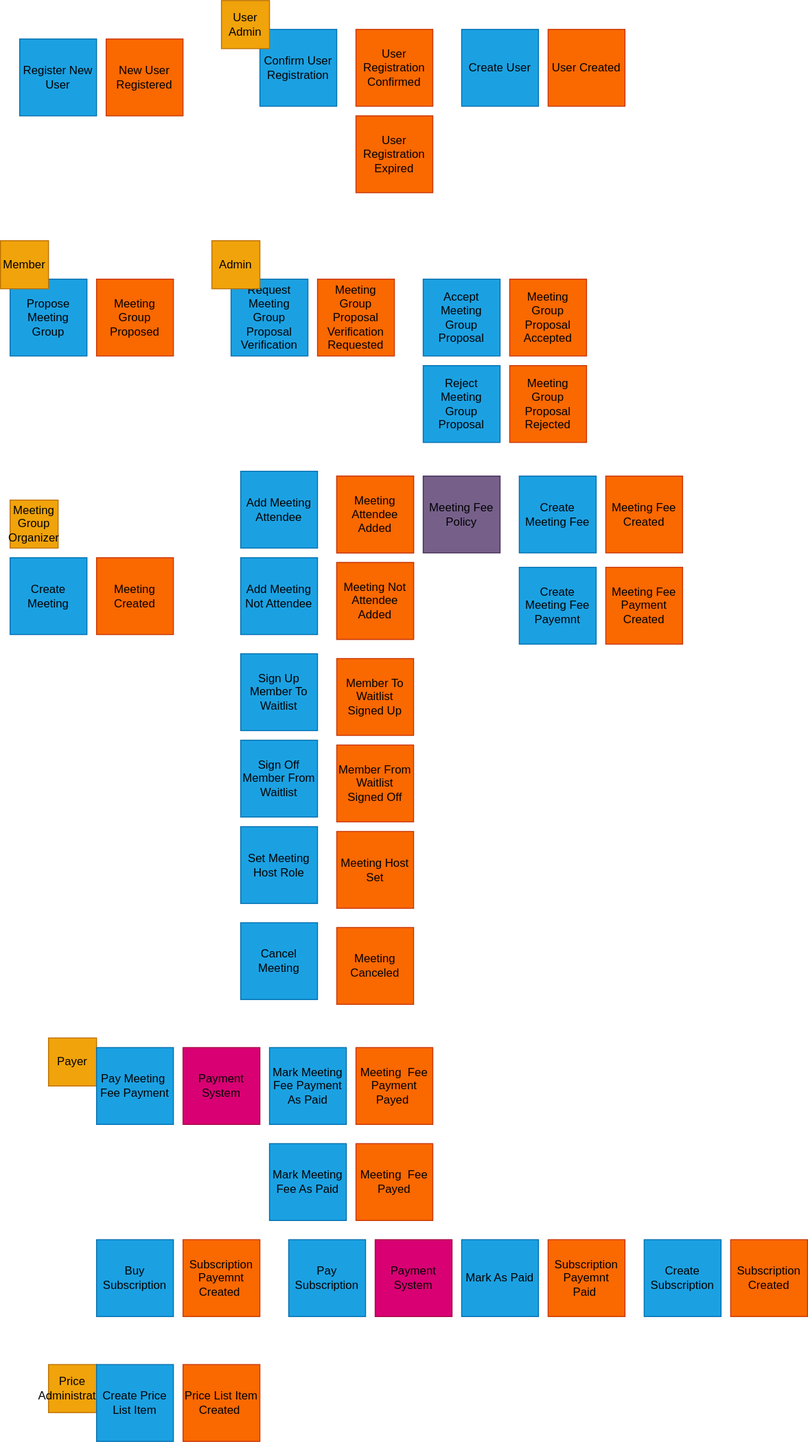
The draw.io diagram Images/EventStorming/2_角色命令流程.svg in ephebe/EventStormingPractice, before a commit. Source tidied: cells renumbered, new cells last; positions are measured from the earlier drawing's top-left corner, leaving out a move shared by most shapes.
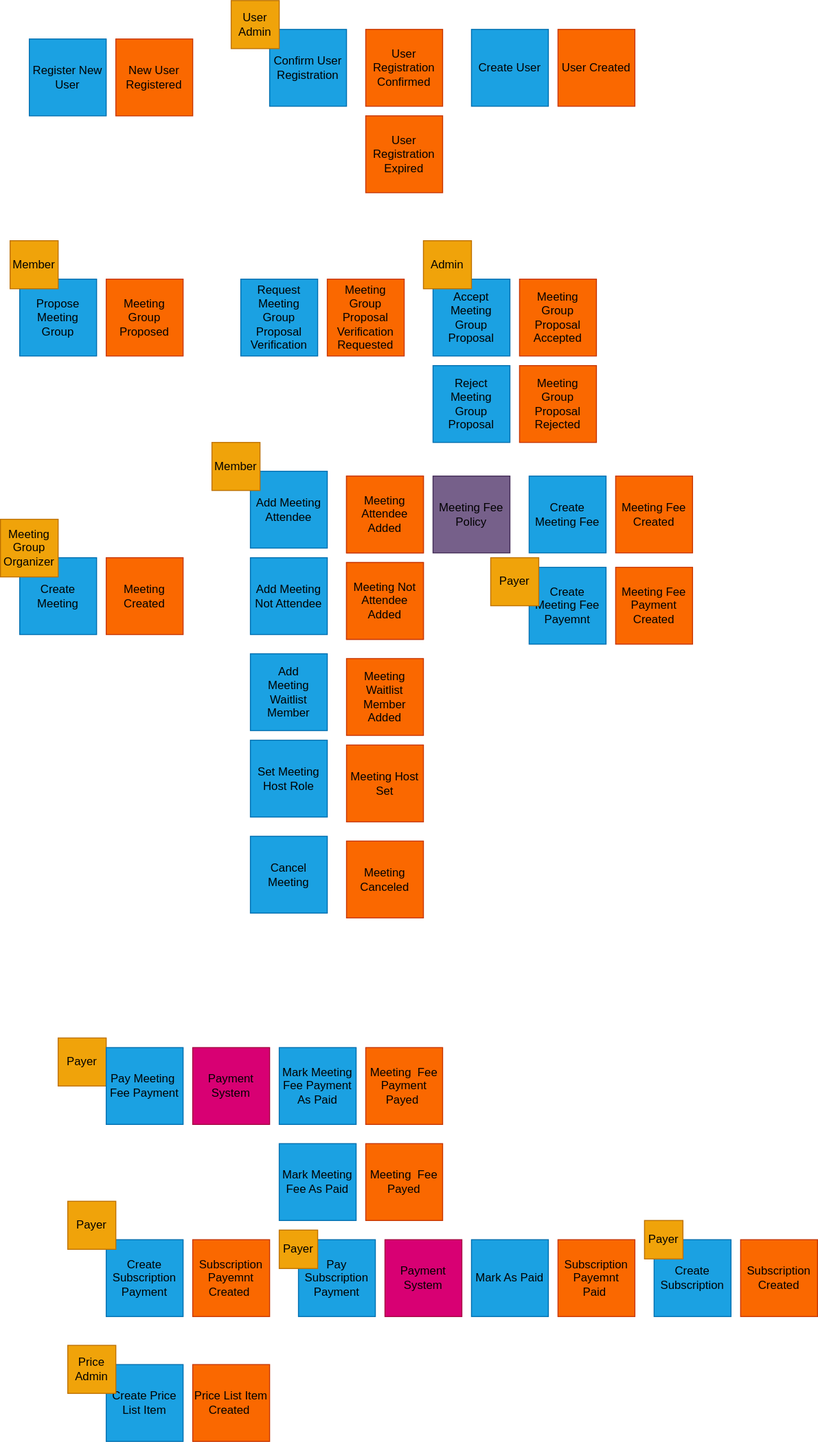
After the change.

What changed in the source:
```diff
@@ -65,29 +65,23 @@
     <mxCell id="22" value="&lt;span style=&quot;color: rgb(0 , 0 , 0)&quot;&gt;Add Meeting Not Attendee&lt;/span&gt;" style="whiteSpace=wrap;html=1;fillColor=#1ba1e2;fontColor=#ffffff;strokeColor=#006EAF;" parent="1" vertex="1">
       <mxGeometry x="250" y="580" width="80" height="80" as="geometry" />
     </mxCell>
-    <mxCell id="23" value="&lt;span style=&quot;color: rgb(0 , 0 , 0)&quot;&gt;Member To Waitlist Signed Up&lt;/span&gt;" style="whiteSpace=wrap;html=1;fillColor=#fa6800;fontColor=#000000;strokeColor=#C73500;" parent="1" vertex="1">
+    <mxCell id="23" value="Meeting&lt;br&gt;Waitlist&lt;br&gt;Member&lt;br&gt;Added" style="whiteSpace=wrap;html=1;fillColor=#fa6800;fontColor=#000000;strokeColor=#C73500;" parent="1" vertex="1">
       <mxGeometry x="350" y="685" width="80" height="80" as="geometry" />
     </mxCell>
-    <mxCell id="24" value="&lt;span style=&quot;color: rgb(0 , 0 , 0)&quot;&gt;Sign Up Member To Waitlist&lt;/span&gt;" style="whiteSpace=wrap;html=1;fillColor=#1ba1e2;fontColor=#ffffff;strokeColor=#006EAF;" parent="1" vertex="1">
+    <mxCell id="24" value="&lt;span style=&quot;color: rgb(0, 0, 0);&quot;&gt;Add&lt;br&gt;Meeting&lt;/span&gt;&lt;br style=&quot;color: rgb(0, 0, 0);&quot;&gt;&lt;span style=&quot;color: rgb(0, 0, 0);&quot;&gt;Waitlist&lt;/span&gt;&lt;br style=&quot;color: rgb(0, 0, 0);&quot;&gt;&lt;span style=&quot;color: rgb(0, 0, 0);&quot;&gt;Member&lt;/span&gt;" style="whiteSpace=wrap;html=1;fillColor=#1ba1e2;fontColor=#ffffff;strokeColor=#006EAF;" parent="1" vertex="1">
       <mxGeometry x="250" y="680" width="80" height="80" as="geometry" />
     </mxCell>
-    <mxCell id="25" value="&lt;span style=&quot;color: rgb(0 , 0 , 0)&quot;&gt;Member From Waitlist Signed Off&lt;/span&gt;" style="whiteSpace=wrap;html=1;fillColor=#fa6800;fontColor=#000000;strokeColor=#C73500;" parent="1" vertex="1">
-      <mxGeometry x="350" y="775" width="80" height="80" as="geometry" />
-    </mxCell>
-    <mxCell id="26" value="&lt;span style=&quot;color: rgb(0 , 0 , 0)&quot;&gt;Sign Off Member From Waitlist&lt;/span&gt;" style="whiteSpace=wrap;html=1;fillColor=#1ba1e2;fontColor=#ffffff;strokeColor=#006EAF;" parent="1" vertex="1">
-      <mxGeometry x="250" y="770" width="80" height="80" as="geometry" />
-    </mxCell>
     <mxCell id="27" value="&lt;span style=&quot;color: rgb(0 , 0 , 0)&quot;&gt;Meeting Host Set&lt;/span&gt;" style="whiteSpace=wrap;html=1;fillColor=#fa6800;fontColor=#000000;strokeColor=#C73500;" parent="1" vertex="1">
-      <mxGeometry x="350" y="865" width="80" height="80" as="geometry" />
+      <mxGeometry x="350" y="775" width="80" height="80" as="geometry" />
     </mxCell>
     <mxCell id="28" value="&lt;span style=&quot;color: rgb(0 , 0 , 0)&quot;&gt;Set Meeting Host Role&lt;/span&gt;" style="whiteSpace=wrap;html=1;fillColor=#1ba1e2;fontColor=#ffffff;strokeColor=#006EAF;" parent="1" vertex="1">
-      <mxGeometry x="250" y="860" width="80" height="80" as="geometry" />
+      <mxGeometry x="250" y="770" width="80" height="80" as="geometry" />
     </mxCell>
     <mxCell id="29" value="&lt;span style=&quot;color: rgb(0 , 0 , 0)&quot;&gt;Meeting Canceled&lt;/span&gt;" style="whiteSpace=wrap;html=1;fillColor=#fa6800;fontColor=#000000;strokeColor=#C73500;" parent="1" vertex="1">
-      <mxGeometry x="350" y="965" width="80" height="80" as="geometry" />
+      <mxGeometry x="350" y="875" width="80" height="80" as="geometry" />
     </mxCell>
     <mxCell id="30" value="&lt;span style=&quot;color: rgb(0 , 0 , 0)&quot;&gt;Cancel Meeting&lt;/span&gt;" style="whiteSpace=wrap;html=1;fillColor=#1ba1e2;fontColor=#ffffff;strokeColor=#006EAF;" parent="1" vertex="1">
-      <mxGeometry x="250" y="960" width="80" height="80" as="geometry" />
+      <mxGeometry x="250" y="870" width="80" height="80" as="geometry" />
     </mxCell>
     <mxCell id="31" value="Member" style="whiteSpace=wrap;html=1;fillColor=#f0a30a;fontColor=#000000;strokeColor=#BD7000;" parent="1" vertex="1">
       <mxGeometry y="250" width="50" height="50" as="geometry" />
@@ -96,7 +90,7 @@
       <mxGeometry x="230" width="50" height="50" as="geometry" />
     </mxCell>
     <mxCell id="33" value="Meeting Group Organizer" style="whiteSpace=wrap;html=1;fillColor=#f0a30a;fontColor=#000000;strokeColor=#BD7000;" parent="1" vertex="1">
-      <mxGeometry x="10" y="520" width="50" height="50" as="geometry" />
+      <mxGeometry x="-10" y="540" width="60" height="60" as="geometry" />
     </mxCell>
     <mxCell id="34" value="Meeting Fee Policy" style="whiteSpace=wrap;html=1;fillColor=#76608a;fontColor=#000000;strokeColor=#432D57;" parent="1" vertex="1">
       <mxGeometry x="440" y="495" width="80" height="80" as="geometry" />
@@ -137,13 +131,10 @@
     <mxCell id="46" value="Subscription Payemnt Created&amp;nbsp;" style="whiteSpace=wrap;html=1;fillColor=#fa6800;fontColor=#000000;strokeColor=#C73500;" parent="1" vertex="1">
       <mxGeometry x="190" y="1290" width="80" height="80" as="geometry" />
     </mxCell>
-    <mxCell id="47" value="Buy Subscription" style="whiteSpace=wrap;html=1;fontColor=#000000;fillColor=#1ba1e2;strokeColor=#006EAF;" parent="1" vertex="1">
-      <mxGeometry x="100" y="1290" width="80" height="80" as="geometry" />
-    </mxCell>
     <mxCell id="48" value="&lt;span style=&quot;color: rgb(0 , 0 , 0)&quot;&gt;Subscription Payemnt Paid&amp;nbsp;&lt;/span&gt;" style="whiteSpace=wrap;html=1;fillColor=#fa6800;fontColor=#000000;strokeColor=#C73500;" parent="1" vertex="1">
       <mxGeometry x="570" y="1290" width="80" height="80" as="geometry" />
     </mxCell>
-    <mxCell id="49" value="Pay Subscription" style="whiteSpace=wrap;html=1;fillColor=#1ba1e2;fontColor=#000000;strokeColor=#006EAF;" parent="1" vertex="1">
+    <mxCell id="49" value="Pay Subscription&lt;br&gt;Payment" style="whiteSpace=wrap;html=1;fillColor=#1ba1e2;fontColor=#000000;strokeColor=#006EAF;" parent="1" vertex="1">
       <mxGeometry x="300" y="1290" width="80" height="80" as="geometry" />
     </mxCell>
     <mxCell id="50" value="Payment System" style="whiteSpace=wrap;html=1;fontColor=#000000;fillColor=#d80073;strokeColor=#A50040;" parent="1" vertex="1">
@@ -158,9 +149,6 @@
     <mxCell id="53" value="&lt;span style=&quot;color: rgb(0 , 0 , 0)&quot;&gt;Subscription Created&lt;/span&gt;" style="whiteSpace=wrap;html=1;fillColor=#fa6800;fontColor=#000000;strokeColor=#C73500;" parent="1" vertex="1">
       <mxGeometry x="760" y="1290" width="80" height="80" as="geometry" />
     </mxCell>
-    <mxCell id="54" value="Price Administrator" style="whiteSpace=wrap;html=1;fontColor=#000000;fillColor=#f0a30a;strokeColor=#BD7000;" parent="1" vertex="1">
-      <mxGeometry x="50" y="1420" width="50" height="50" as="geometry" />
-    </mxCell>
     <mxCell id="55" value="Price List Item Created&amp;nbsp;" style="whiteSpace=wrap;html=1;fillColor=#fa6800;fontColor=#000000;strokeColor=#C73500;" parent="1" vertex="1">
       <mxGeometry x="190" y="1420" width="80" height="80" as="geometry" />
     </mxCell>
@@ -174,7 +162,28 @@
       <mxGeometry x="350" y="585" width="80" height="80" as="geometry" />
     </mxCell>
     <mxCell id="59" value="Admin" style="whiteSpace=wrap;html=1;fontColor=#000000;fillColor=#f0a30a;strokeColor=#BD7000;" parent="1" vertex="1">
-      <mxGeometry x="220" y="250" width="50" height="50" as="geometry" />
+      <mxGeometry x="430" y="250" width="50" height="50" as="geometry" />
     </mxCell>
+    <mxCell id="60" value="Member" style="whiteSpace=wrap;html=1;fillColor=#f0a30a;fontColor=#000000;strokeColor=#BD7000;" parent="1" vertex="1">
+      <mxGeometry x="210" y="460" width="50" height="50" as="geometry" />
+    </mxCell>
+    <mxCell id="61" value="Payer" style="whiteSpace=wrap;html=1;fillColor=#f0a30a;fontColor=#000000;strokeColor=#BD7000;" parent="1" vertex="1">
+      <mxGeometry x="500" y="580" width="50" height="50" as="geometry" />
+    </mxCell>
+    <mxCell id="54" value="Price Admin" style="whiteSpace=wrap;html=1;fontColor=#000000;fillColor=#f0a30a;strokeColor=#BD7000;" parent="1" vertex="1">
+      <mxGeometry x="60" y="1400" width="50" height="50" as="geometry" />
+    </mxCell>
+    <mxCell id="62" value="Create&lt;br&gt;Subscription&lt;br&gt;Payment" style="whiteSpace=wrap;html=1;fillColor=#1ba1e2;fontColor=#000000;strokeColor=#006EAF;" parent="1" vertex="1">
+      <mxGeometry x="100" y="1290" width="80" height="80" as="geometry" />
+    </mxCell>
+    <mxCell id="63" value="Payer" style="whiteSpace=wrap;html=1;fontColor=#000000;fillColor=#f0a30a;strokeColor=#BD7000;" parent="1" vertex="1">
+      <mxGeometry x="60" y="1250" width="50" height="50" as="geometry" />
+    </mxCell>
+    <mxCell id="64" value="Payer" style="whiteSpace=wrap;html=1;fontColor=#000000;fillColor=#f0a30a;strokeColor=#BD7000;" parent="1" vertex="1">
+      <mxGeometry x="280" y="1280" width="40" height="40" as="geometry" />
+    </mxCell>
+    <mxCell id="65" value="Payer" style="whiteSpace=wrap;html=1;fontColor=#000000;fillColor=#f0a30a;strokeColor=#BD7000;" parent="1" vertex="1">
+      <mxGeometry x="660" y="1270" width="40" height="40" as="geometry" />
+    </mxCell>
   </root>
 </mxGraphModel>
```
